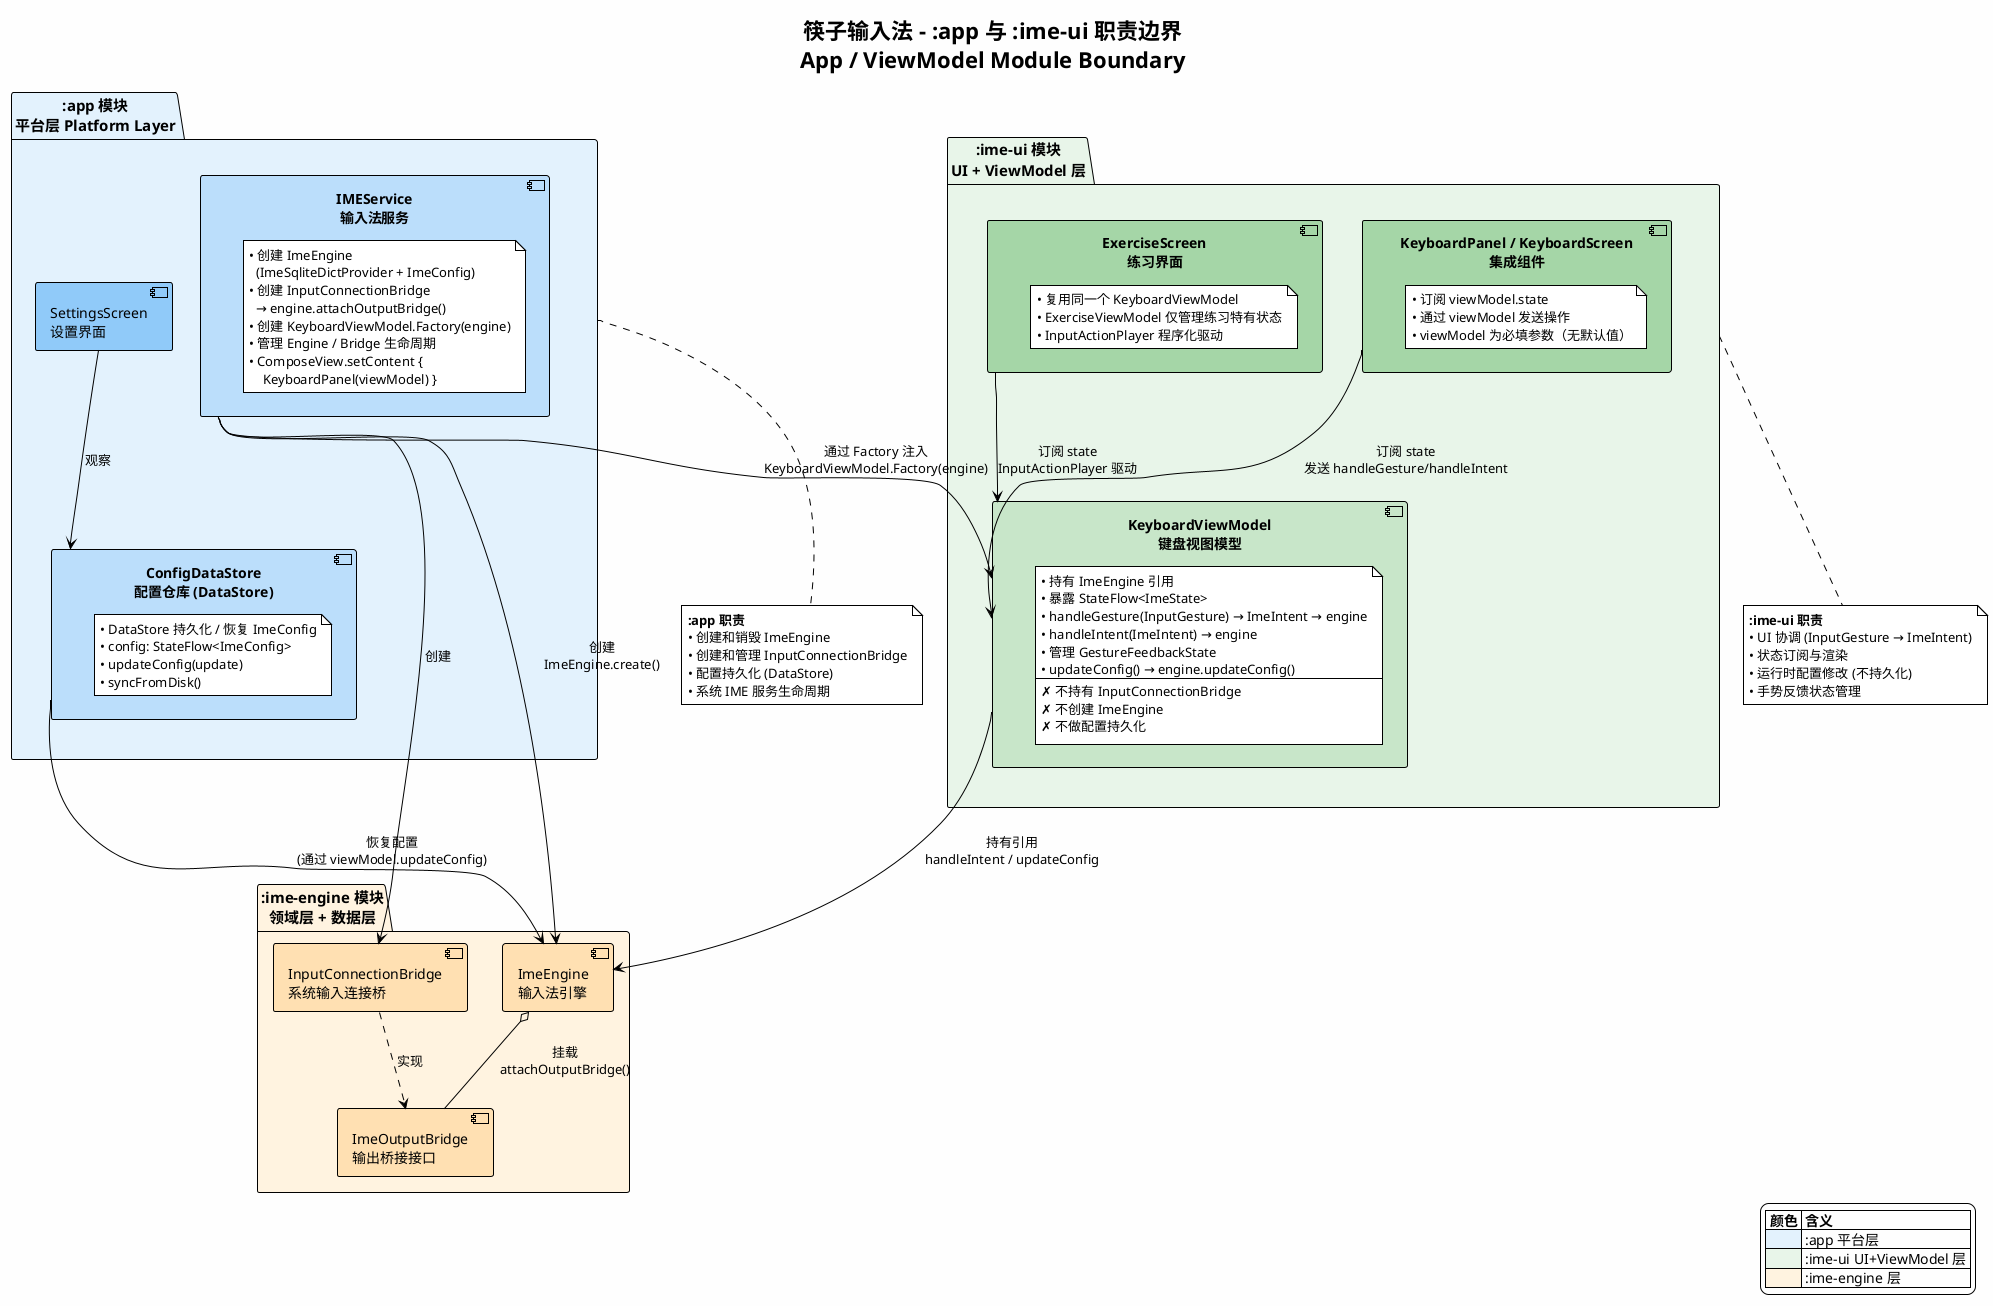
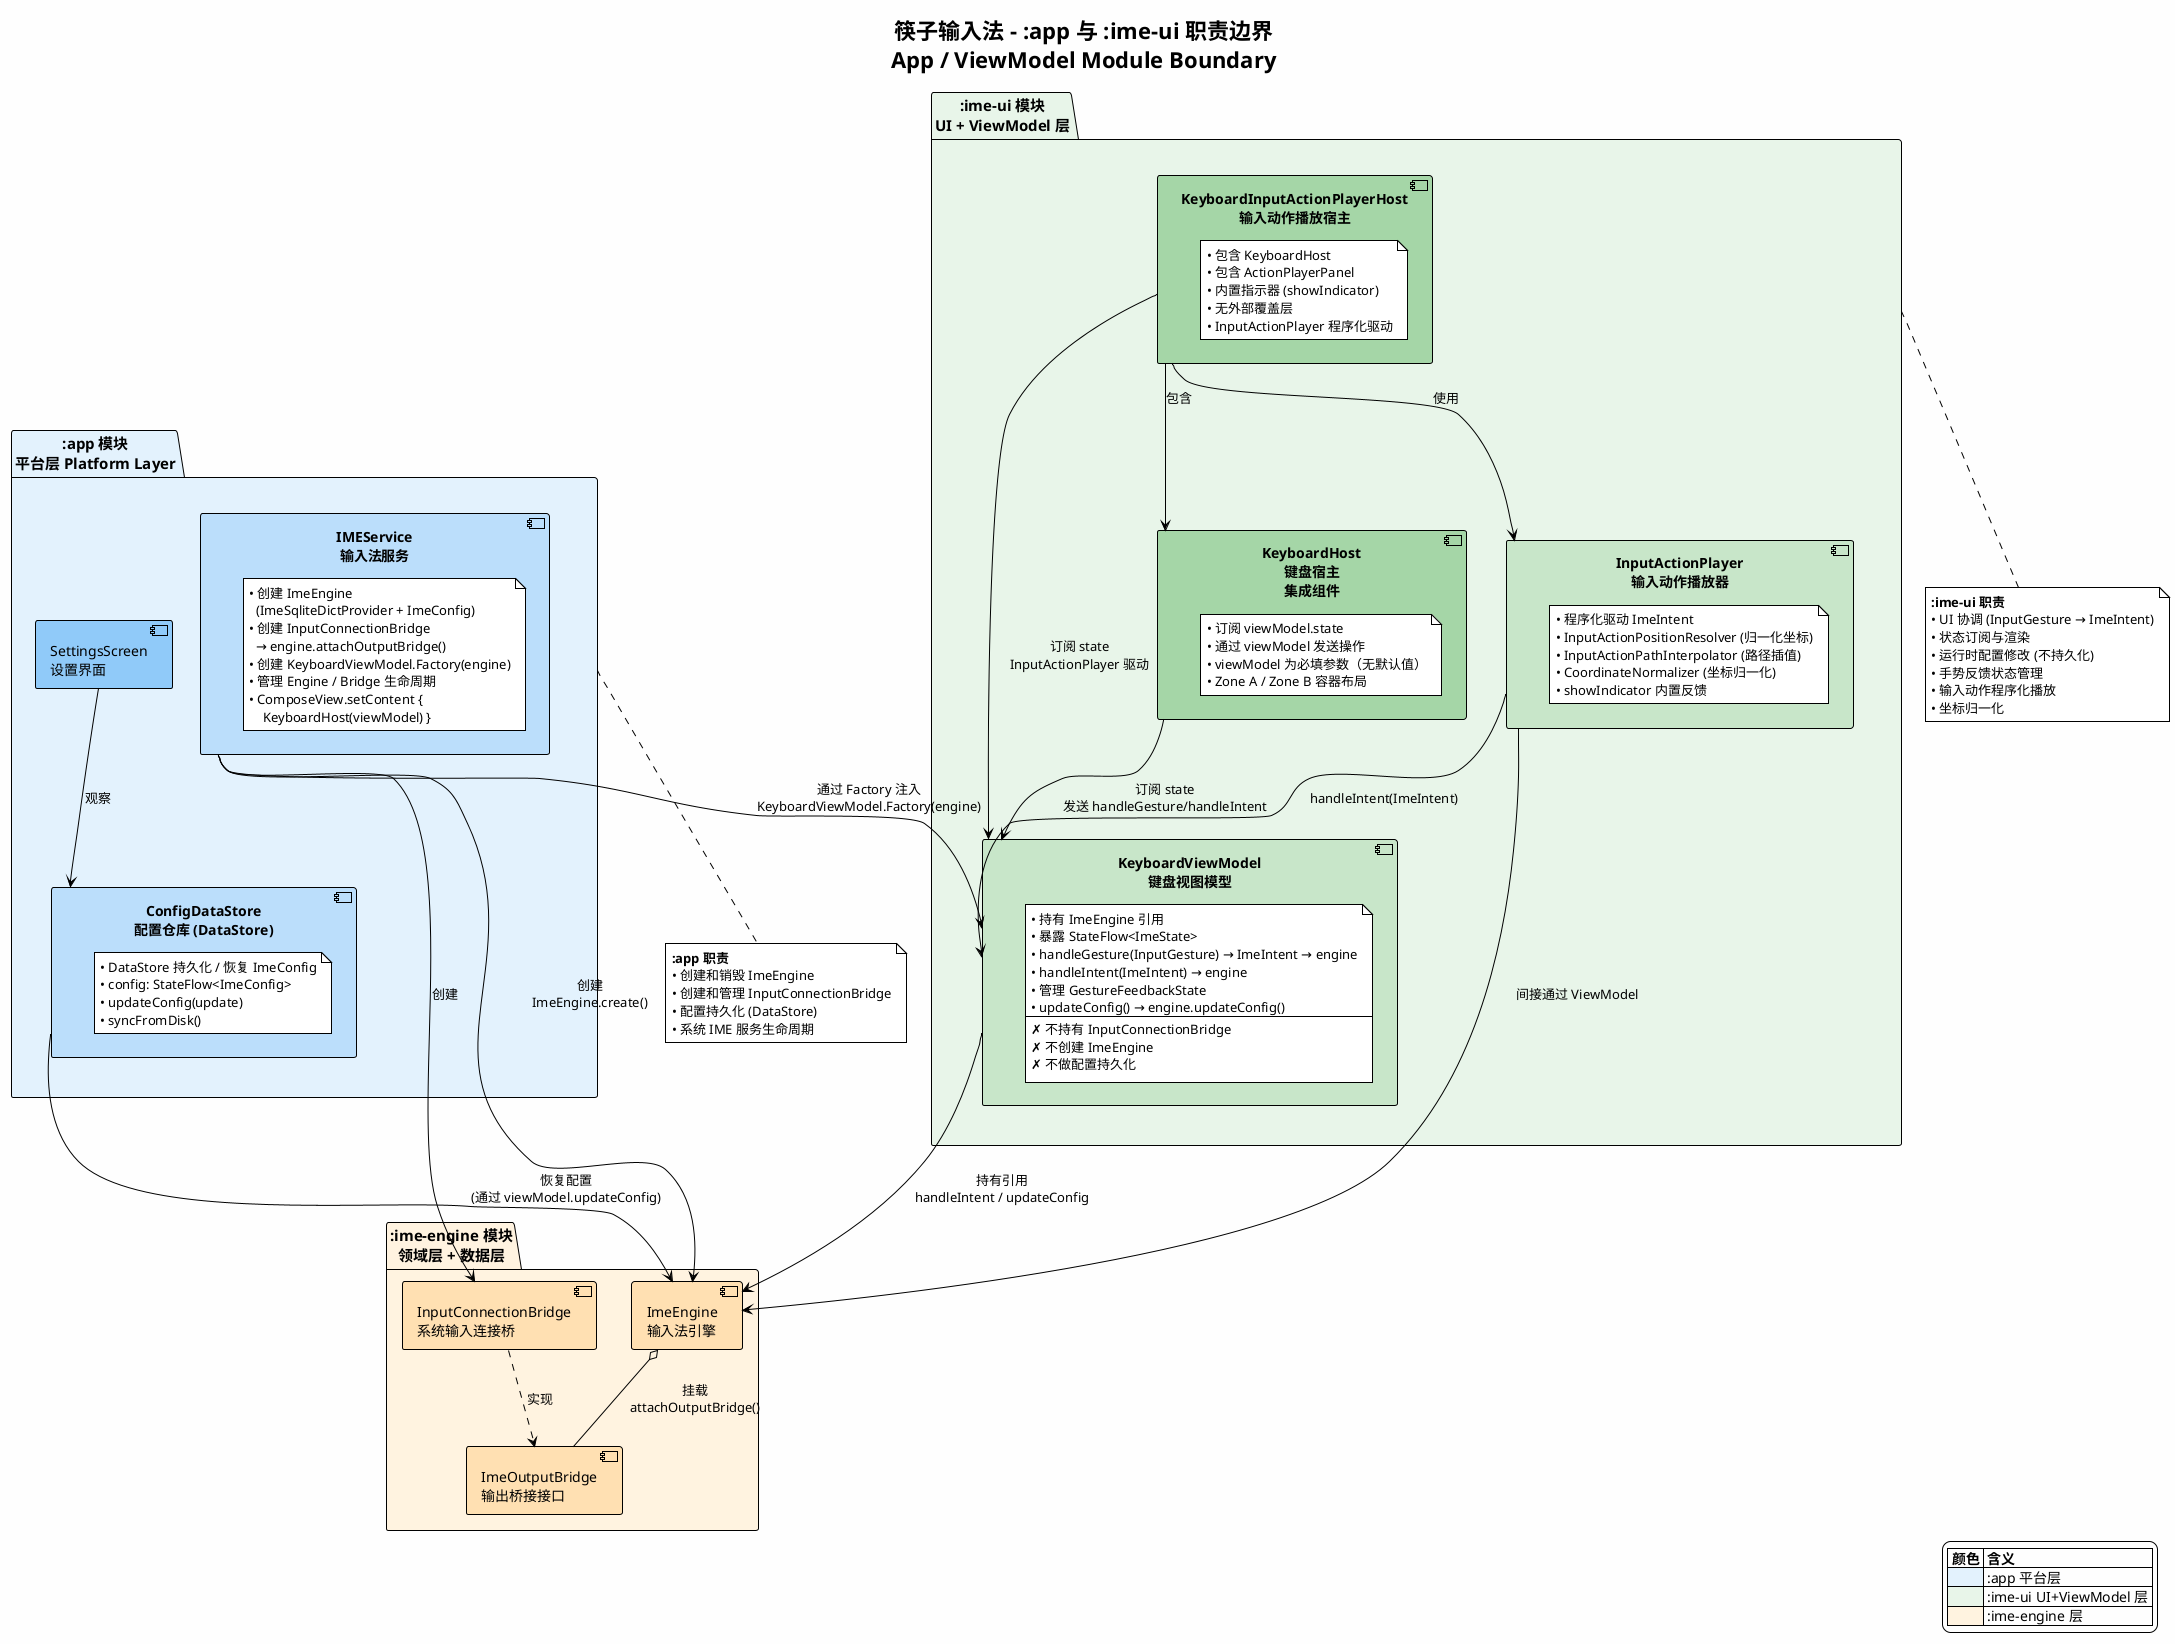
@startuml app-viewmodel-boundary
!theme plain
skinparam backgroundColor #FEFEFE
skinparam shadowing false
skinparam defaultFontSize 13
skinparam componentFontSize 14
skinparam packageFontSize 15

title 筷子输入法 - :app 与 :ime-ui 职责边界\nApp / ViewModel Module Boundary

' ─── :app 模块 ────────────────────────────────────────────────────

package ":app 模块\n平台层 Platform Layer" as app #E3F2FD {

    component "IMEService\n输入法服务" as IMEService #BBDEFB {
        note as ime_note
            • 创建 ImeEngine
              (ImeSqliteDictProvider + ImeConfig)
            • 创建 InputConnectionBridge
              → engine.attachOutputBridge()
            • 创建 KeyboardViewModel.Factory(engine)
            • 管理 Engine / Bridge 生命周期
            • ComposeView.setContent {
-                 KeyboardPanel(viewModel) }
+                 KeyboardHost(viewModel) }
        end note
    }

    component "ConfigDataStore\n配置仓库 (DataStore)" as ConfigRepo #BBDEFB {
        note as config_note
            • DataStore 持久化 / 恢复 ImeConfig
            • config: StateFlow<ImeConfig>
            • updateConfig(update)
            • syncFromDisk()
        end note
    }

    component "SettingsScreen\n设置界面" as Settings #90CAF9
}

' ─── :ime-ui 模块 ─────────────────────────────────────────────────

package ":ime-ui 模块\nUI + ViewModel 层" as ui #E8F5E9 {

    component "KeyboardViewModel\n键盘视图模型" as KVM #C8E6C9 {
        note as kvm_note
            • 持有 ImeEngine 引用
            • 暴露 StateFlow<ImeState>
            • handleGesture(InputGesture) → ImeIntent → engine
            • handleIntent(ImeIntent) → engine
            • 管理 GestureFeedbackState
            • updateConfig() → engine.updateConfig()
            ---
            ✗ 不持有 InputConnectionBridge
            ✗ 不创建 ImeEngine
            ✗ 不做配置持久化
        end note
    }

-     component "KeyboardPanel / KeyboardScreen\n集成组件" as KP #A5D6A7 {
-         note as kp_note
+     component "KeyboardHost\n键盘宿主\n集成组件" as KH #A5D6A7 {
+         note as kh_note
            • 订阅 viewModel.state
            • 通过 viewModel 发送操作
            • viewModel 为必填参数（无默认值）
+             • Zone A / Zone B 容器布局
        end note
    }

-     component "ExerciseScreen\n练习界面" as ES #A5D6A7 {
-         note as es_note
-             • 复用同一个 KeyboardViewModel
-             • ExerciseViewModel 仅管理练习特有状态
+     component "KeyboardInputActionPlayerHost\n输入动作播放宿主" as KIAPH #A5D6A7 {
+         note as kiaph_note
+             • 包含 KeyboardHost
+             • 包含 ActionPlayerPanel
+             • 内置指示器 (showIndicator)
+             • 无外部覆盖层
            • InputActionPlayer 程序化驱动
+         end note
+     }
+ 
+     component "InputActionPlayer\n输入动作播放器" as IAP #C8E6C9 {
+         note as iap_note
+             • 程序化驱动 ImeIntent
+             • InputActionPositionResolver (归一化坐标)
+             • InputActionPathInterpolator (路径插值)
+             • CoordinateNormalizer (坐标归一化)
+             • showIndicator 内置反馈
        end note
    }
}

' ─── :ime-engine 模块 ─────────────────────────────────────────────

package ":ime-engine 模块\n领域层 + 数据层" as engine #FFF3E0 {

    component "ImeEngine\n输入法引擎" as ImeEngine #FFE0B2
    component "ImeOutputBridge\n输出桥接接口" as Bridge #FFE0B2
    component "InputConnectionBridge\n系统输入连接桥" as ICB_ref #FFE0B2
}

' ─── Cross-boundary Relationships ─────────────────────────────────

IMEService --> ImeEngine : "创建\nImeEngine.create()"
IMEService --> ICB_ref : "创建"
ICB_ref ..> Bridge : "实现"
ImeEngine o-- Bridge : "挂载\nattachOutputBridge()"
IMEService --> KVM : "通过 Factory 注入\nKeyboardViewModel.Factory(engine)"

KVM --> ImeEngine : "持有引用\nhandleIntent / updateConfig"
- KP --> KVM : "订阅 state\n发送 handleGesture/handleIntent"
- ES --> KVM : "订阅 state\nInputActionPlayer 驱动"
+ KH --> KVM : "订阅 state\n发送 handleGesture/handleIntent"
+ KIAPH --> KVM : "订阅 state\nInputActionPlayer 驱动"
+ KIAPH --> KH : "包含"
+ KIAPH --> IAP : "使用"
+ 
+ IAP --> KVM : "handleIntent(ImeIntent)"
+ IAP --> ImeEngine : "间接通过 ViewModel"

Settings --> ConfigRepo : "观察"
ConfigRepo --> ImeEngine : "恢复配置\n(通过 viewModel.updateConfig)"

' ─── Boundary Marker ──────────────────────────────────────────────

note bottom of app
    **:app 职责**
    • 创建和销毁 ImeEngine
    • 创建和管理 InputConnectionBridge
    • 配置持久化 (DataStore)
    • 系统 IME 服务生命周期
end note

note bottom of ui
    **:ime-ui 职责**
    • UI 协调 (InputGesture → ImeIntent)
    • 状态订阅与渲染
    • 运行时配置修改 (不持久化)
    • 手势反馈状态管理
+     • 输入动作程序化播放
+     • 坐标归一化
end note

' ─── Legend ─────────────────────────────────────────────────────────

legend right
    |= 颜色 |= 含义 |
    |<#E3F2FD>| :app 平台层 |
    |<#E8F5E9>| :ime-ui UI+ViewModel 层 |
    |<#FFF3E0>| :ime-engine 层 |
endlegend

@enduml
